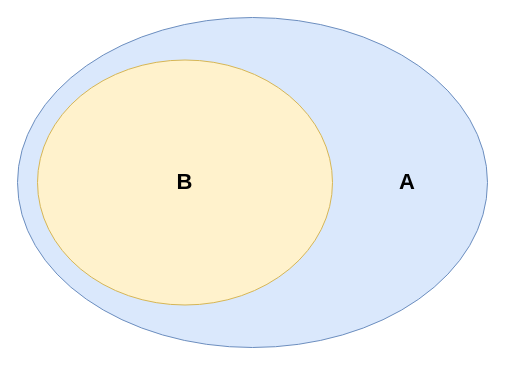
The draw.io diagram drawio/subset.drawio in alfertev2014/holyjs-2025-autumn, before the edit. Source tidied: cells renumbered, new cells numbered last; positions are measured from the earlier drawing's top-left corner, leaving out a move shared by most shapes. Both pictures are drawn from the tidied source at 100%, with x=0, y=0 at pixel (17, 17).
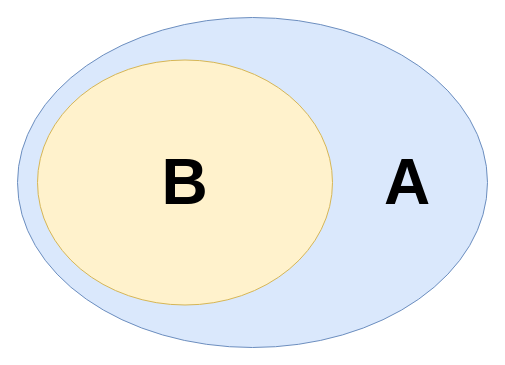
The same diagram, later.

Change to the diagram source:
```diff
@@
 <mxGraphModel>
   <root>
     <mxCell id="0" />
     <mxCell id="1" parent="0" />
     <mxCell id="2" style="ellipse;whiteSpace=wrap;html=1;align=right;fillColor=#dae8fc;strokeColor=#6c8ebf;" parent="1" vertex="1">
       <mxGeometry width="470" height="330" as="geometry" />
     </mxCell>
-    <mxCell id="3" value="B" style="ellipse;whiteSpace=wrap;html=1;fontSize=22;fontStyle=1;fillColor=#fff2cc;strokeColor=#d6b656;" parent="1" vertex="1">
+    <mxCell id="3" value="B" style="ellipse;whiteSpace=wrap;html=1;fontSize=64;fontStyle=1;fillColor=#fff2cc;strokeColor=#d6b656;" parent="1" vertex="1">
       <mxGeometry x="20" y="42.5" width="295" height="245" as="geometry" />
     </mxCell>
-    <mxCell id="4" value="A" style="text;html=1;align=center;verticalAlign=middle;whiteSpace=wrap;rounded=0;fontSize=22;fontStyle=1;" parent="1" vertex="1">
+    <mxCell id="4" value="A" style="text;html=1;align=center;verticalAlign=middle;whiteSpace=wrap;rounded=0;fontSize=64;fontStyle=1;" parent="1" vertex="1">
       <mxGeometry x="360" y="150" width="60" height="30" as="geometry" />
     </mxCell>
   </root>
 </mxGraphModel>
```
